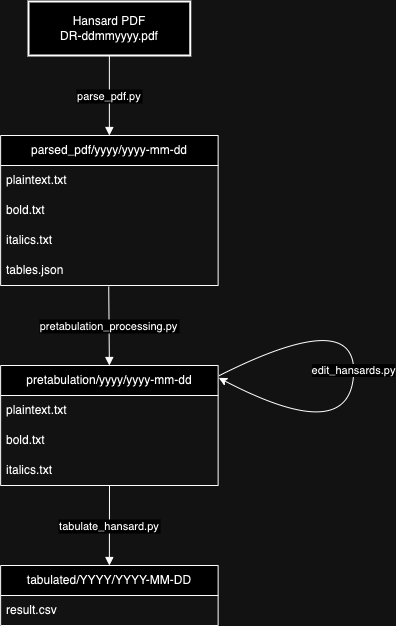
The draw.io diagram README_images/usage.png in govtechmy/hansards-dataproc, before a commit. Source tidied: cells renumbered, new cells last; positions are measured from the earlier drawing's top-left corner, leaving out a move shared by most shapes. Its diagram source:
```xml
<mxGraphModel>
  <root>
    <mxCell id="0" />
    <mxCell id="1" parent="0" />
    <mxCell id="2" value="Hansard PDF&#10;DR-ddmmyyyy.pdf" style="whiteSpace=wrap;strokeWidth=2;" parent="1" vertex="1">
      <mxGeometry x="28" width="161.8" height="54" as="geometry" />
    </mxCell>
    <mxCell id="3" value="parse_pdf.py" style="curved=1;startArrow=none;endArrow=block;entryX=0.5;entryY=0;exitX=0.5;exitY=1;exitDx=0;exitDy=0;entryDx=0;entryDy=0;" parent="1" edge="1" source="2" target="5">
      <mxGeometry relative="1" as="geometry" />
    </mxCell>
    <mxCell id="4" value="pretabulation_processing.py" style="curved=1;startArrow=none;endArrow=block;exitX=0.497;exitY=1.036;entryX=0.5;entryY=0;exitDx=0;exitDy=0;exitPerimeter=0;entryDx=0;entryDy=0;" parent="1" edge="1" source="9" target="10">
      <mxGeometry x="-0.01" relative="1" as="geometry" />
    </mxCell>
    <mxCell id="5" value="parsed_pdf/yyyy/yyyy-mm-dd" style="swimlane;fontStyle=0;horizontal=1;startSize=30;whiteSpace=wrap;html=1;" parent="1" vertex="1">
      <mxGeometry x="0.1" y="134" width="217.5" height="150" as="geometry" />
    </mxCell>
    <mxCell id="6" value="plaintext.txt" style="text;strokeColor=none;fillColor=none;align=left;verticalAlign=middle;spacingLeft=4;spacingRight=4;overflow=hidden;whiteSpace=wrap;html=1;" parent="5" vertex="1">
      <mxGeometry y="30" width="217.5" height="30" as="geometry" />
    </mxCell>
    <mxCell id="7" value="bold.txt" style="text;strokeColor=none;fillColor=none;align=left;verticalAlign=middle;spacingLeft=4;spacingRight=4;overflow=hidden;whiteSpace=wrap;html=1;" parent="5" vertex="1">
      <mxGeometry y="60" width="217.5" height="30" as="geometry" />
    </mxCell>
    <mxCell id="8" value="italics.txt" style="text;strokeColor=none;fillColor=none;align=left;verticalAlign=middle;spacingLeft=4;spacingRight=4;overflow=hidden;whiteSpace=wrap;html=1;" parent="5" vertex="1">
      <mxGeometry y="90" width="217.5" height="30" as="geometry" />
    </mxCell>
    <mxCell id="9" value="tables.json" style="text;strokeColor=none;fillColor=none;align=left;verticalAlign=middle;spacingLeft=4;spacingRight=4;overflow=hidden;points=[[0,0.5],[1,0.5]];portConstraint=eastwest;whiteSpace=wrap;html=1;" parent="5" vertex="1">
      <mxGeometry y="120" width="217.5" height="30" as="geometry" />
    </mxCell>
    <mxCell id="10" value="pretabulation/yyyy/yyyy-mm-dd" style="swimlane;fontStyle=0;horizontal=1;startSize=30;whiteSpace=wrap;html=1;" parent="1" vertex="1">
      <mxGeometry x="0.1" y="364" width="217.5" height="120" as="geometry" />
    </mxCell>
    <mxCell id="11" value="plaintext.txt" style="text;strokeColor=none;fillColor=none;align=left;verticalAlign=middle;spacingLeft=4;spacingRight=4;overflow=hidden;whiteSpace=wrap;html=1;" parent="10" vertex="1">
      <mxGeometry y="30" width="217.5" height="30" as="geometry" />
    </mxCell>
    <mxCell id="12" value="bold.txt" style="text;strokeColor=none;fillColor=none;align=left;verticalAlign=middle;spacingLeft=4;spacingRight=4;overflow=hidden;whiteSpace=wrap;html=1;" parent="10" vertex="1">
      <mxGeometry y="60" width="217.5" height="30" as="geometry" />
    </mxCell>
    <mxCell id="13" value="italics.txt" style="text;strokeColor=none;fillColor=none;align=left;verticalAlign=middle;spacingLeft=4;spacingRight=4;overflow=hidden;whiteSpace=wrap;html=1;" parent="10" vertex="1">
      <mxGeometry y="90" width="217.5" height="30" as="geometry" />
    </mxCell>
    <mxCell id="14" value="edit_hansards.py" style="curved=1;endArrow=classic;html=1;rounded=0;exitX=1.003;exitY=0.086;exitDx=0;exitDy=0;exitPerimeter=0;entryX=1.003;entryY=0.103;entryDx=0;entryDy=0;entryPerimeter=0;" parent="1" edge="1" source="10" target="10">
      <mxGeometry relative="1" as="geometry">
        <Array as="points">
          <mxPoint x="358" y="304" />
          <mxPoint x="348" y="444" />
        </Array>
      </mxGeometry>
    </mxCell>
    <mxCell id="15" value="tabulated/YYYY/YYYY-MM-DD" style="swimlane;fontStyle=0;horizontal=1;startSize=30;whiteSpace=wrap;html=1;" parent="1" vertex="1">
      <mxGeometry x="0.1" y="564" width="217.5" height="60" as="geometry" />
    </mxCell>
    <mxCell id="16" value="result.csv" style="text;strokeColor=none;fillColor=none;align=left;verticalAlign=middle;spacingLeft=4;spacingRight=4;overflow=hidden;whiteSpace=wrap;html=1;" parent="15" vertex="1">
      <mxGeometry y="30" width="217.5" height="30" as="geometry" />
    </mxCell>
    <mxCell id="17" value="tabulate_hansard.py" style="curved=1;startArrow=none;endArrow=block;entryX=0.5;entryY=0;entryDx=0;entryDy=0;" parent="1" edge="1" target="15">
      <mxGeometry x="-0.01" relative="1" as="geometry">
        <mxPoint x="109" y="484" as="sourcePoint" />
      </mxGeometry>
    </mxCell>
  </root>
</mxGraphModel>
```
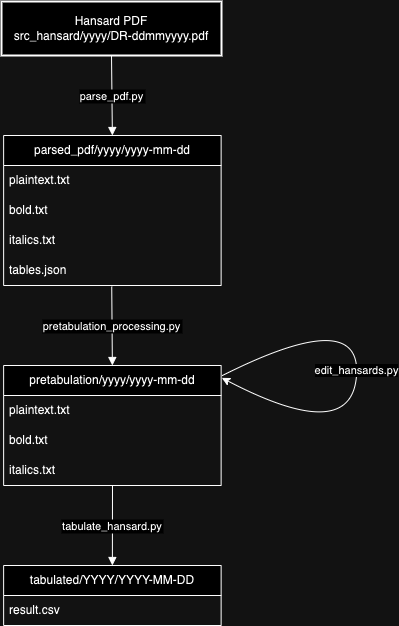
After the commit.

The edit, as a diff of the source:
```diff
@@ -2,8 +2,8 @@
   <root>
     <mxCell id="0" />
     <mxCell id="1" parent="0" />
-    <mxCell id="2" value="Hansard PDF&#10;DR-ddmmyyyy.pdf" style="whiteSpace=wrap;strokeWidth=2;" parent="1" vertex="1">
-      <mxGeometry x="28" width="161.8" height="54" as="geometry" />
+    <mxCell id="2" value="Hansard PDF&#10;src_hansard/yyyy/DR-ddmmyyyy.pdf" style="whiteSpace=wrap;strokeWidth=2;" parent="1" vertex="1">
+      <mxGeometry x="-2" width="220" height="54" as="geometry" />
     </mxCell>
     <mxCell id="3" value="parse_pdf.py" style="curved=1;startArrow=none;endArrow=block;entryX=0.5;entryY=0;exitX=0.5;exitY=1;exitDx=0;exitDy=0;entryDx=0;entryDy=0;" parent="1" edge="1" source="2" target="5">
       <mxGeometry relative="1" as="geometry" />
```
